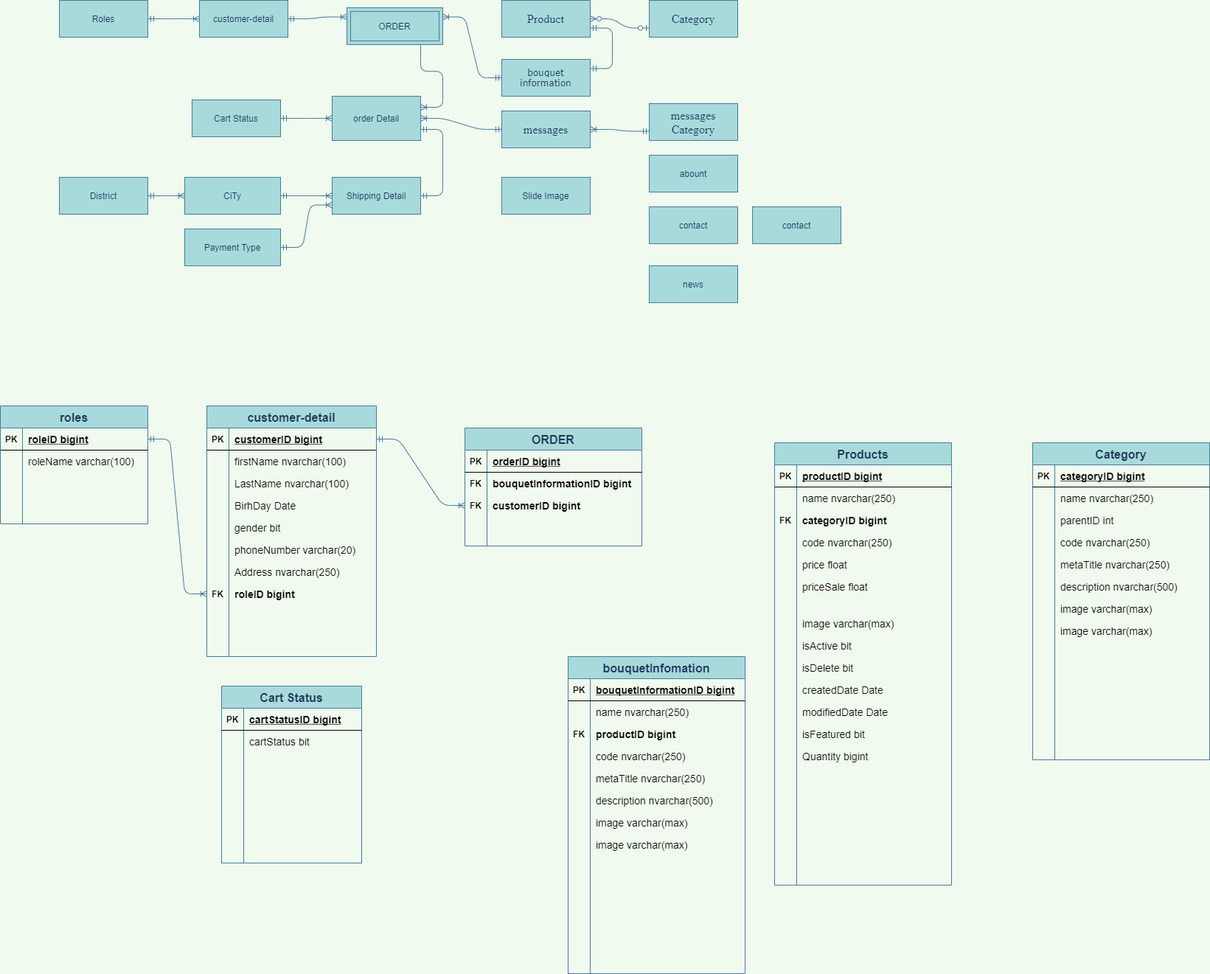
The draw.io diagram Untitled Diagram.png in maialino123/Eproject-SEM3, before a commit. Source tidied: cells renumbered, new cells last; positions are measured from the earlier drawing's top-left corner, leaving out a move shared by most shapes.
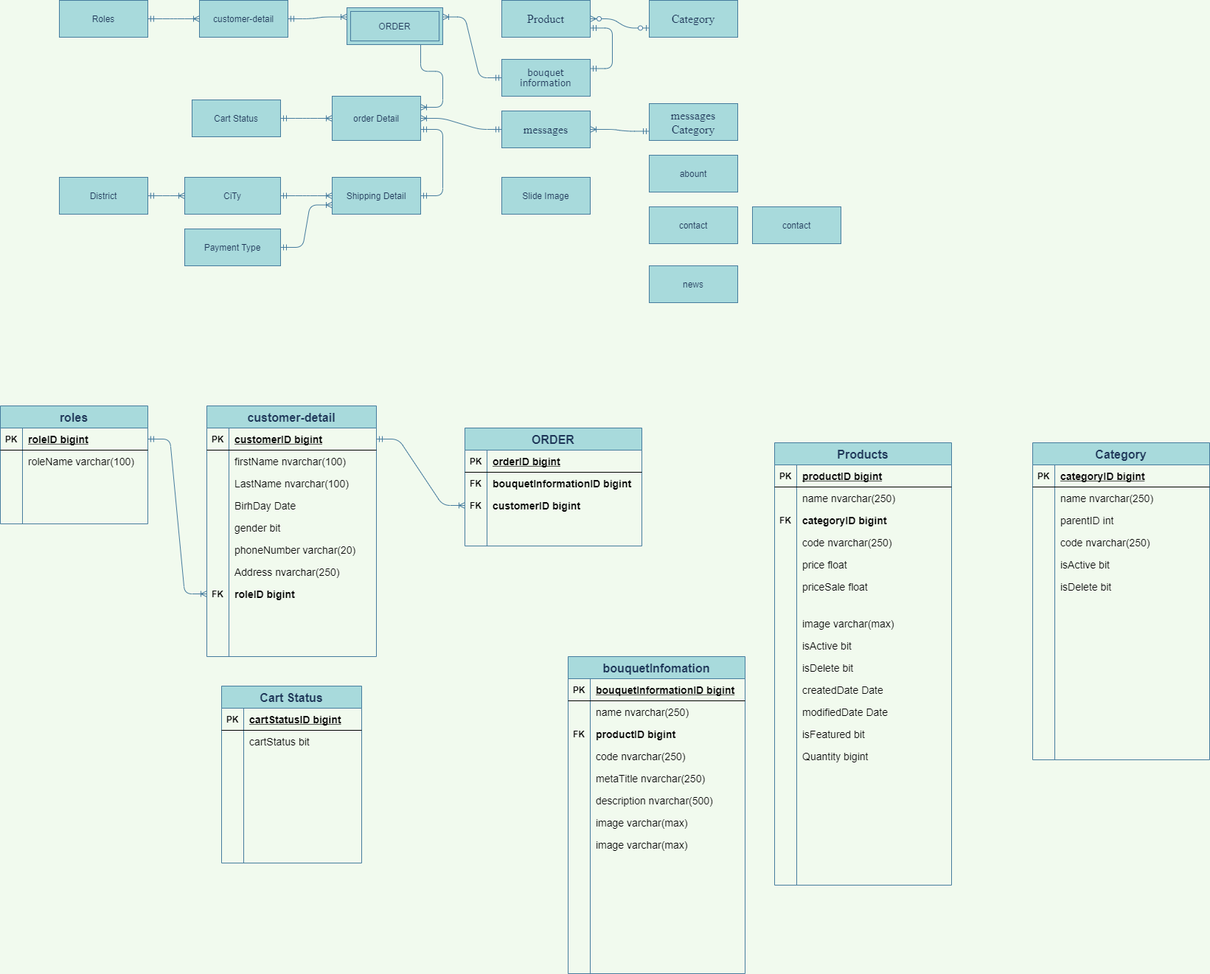
After the change.

The edit, as a diff of the source:
```diff
@@ -572,7 +572,7 @@
     <mxCell id="191" style="shape=partialRectangle;fillColor=none;top=0;left=0;bottom=0;right=0;overflow=hidden;" parent="190" vertex="1">
       <mxGeometry width="30" height="30" as="geometry" />
     </mxCell>
-    <mxCell id="192" value="metaTitle nvarchar(250)" style="shape=partialRectangle;fillColor=none;top=0;left=0;bottom=0;right=0;align=left;spacingLeft=6;overflow=hidden;fontSize=14;" parent="190" vertex="1">
+    <mxCell id="192" value="isActive bit" style="shape=partialRectangle;fillColor=none;top=0;left=0;bottom=0;right=0;align=left;spacingLeft=6;overflow=hidden;fontSize=14;" parent="190" vertex="1">
       <mxGeometry x="30" width="210" height="30" as="geometry" />
     </mxCell>
     <mxCell id="193" style="shape=partialRectangle;fillColor=none;top=0;left=0;bottom=0;right=0;" parent="177" vertex="1">
@@ -581,7 +581,7 @@
     <mxCell id="194" style="shape=partialRectangle;fillColor=none;top=0;left=0;bottom=0;right=0;overflow=hidden;" parent="193" vertex="1">
       <mxGeometry width="30" height="30" as="geometry" />
     </mxCell>
-    <mxCell id="195" value="description nvarchar(500)" style="shape=partialRectangle;fillColor=none;top=0;left=0;bottom=0;right=0;align=left;spacingLeft=6;overflow=hidden;fontSize=14;" parent="193" vertex="1">
+    <mxCell id="195" value="isDelete bit" style="shape=partialRectangle;fillColor=none;top=0;left=0;bottom=0;right=0;align=left;spacingLeft=6;overflow=hidden;fontSize=14;" parent="193" vertex="1">
       <mxGeometry x="30" width="210" height="30" as="geometry" />
     </mxCell>
     <mxCell id="196" style="shape=partialRectangle;fillColor=none;top=0;left=0;bottom=0;right=0;" parent="177" vertex="1">
@@ -590,7 +590,7 @@
     <mxCell id="197" style="shape=partialRectangle;fillColor=none;top=0;left=0;bottom=0;right=0;overflow=hidden;" parent="196" vertex="1">
       <mxGeometry width="30" height="30" as="geometry" />
     </mxCell>
-    <mxCell id="198" value="image varchar(max)" style="shape=partialRectangle;fillColor=none;top=0;left=0;bottom=0;right=0;align=left;spacingLeft=6;overflow=hidden;fontSize=14;" parent="196" vertex="1">
+    <mxCell id="198" style="shape=partialRectangle;fillColor=none;top=0;left=0;bottom=0;right=0;align=left;spacingLeft=6;overflow=hidden;fontSize=14;" parent="196" vertex="1">
       <mxGeometry x="30" width="210" height="30" as="geometry" />
     </mxCell>
     <mxCell id="199" style="shape=partialRectangle;fillColor=none;top=0;left=0;bottom=0;right=0;" parent="177" vertex="1">
@@ -599,7 +599,7 @@
     <mxCell id="200" style="shape=partialRectangle;fillColor=none;top=0;left=0;bottom=0;right=0;overflow=hidden;" parent="199" vertex="1">
       <mxGeometry width="30" height="30" as="geometry" />
     </mxCell>
-    <mxCell id="201" value="image varchar(max)" style="shape=partialRectangle;fillColor=none;top=0;left=0;bottom=0;right=0;align=left;spacingLeft=6;overflow=hidden;fontSize=14;" parent="199" vertex="1">
+    <mxCell id="201" style="shape=partialRectangle;fillColor=none;top=0;left=0;bottom=0;right=0;align=left;spacingLeft=6;overflow=hidden;fontSize=14;" parent="199" vertex="1">
       <mxGeometry x="30" width="210" height="30" as="geometry" />
     </mxCell>
   </root>
```
